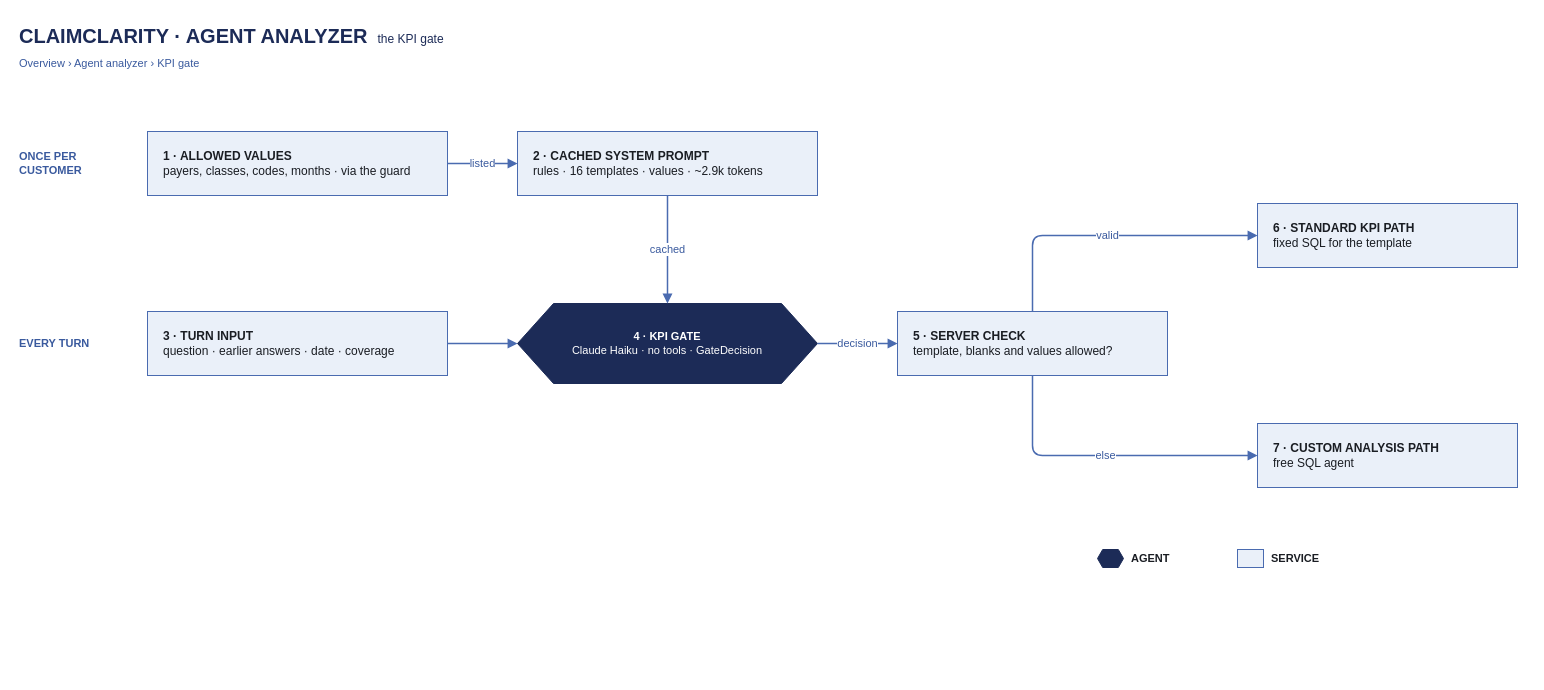
The draw.io diagram docs/architecture/src/41-kpi-gate.drawio in Peter-Shamoun/cc, before the edit. Source tidied: cells renumbered, new cells numbered last; positions are measured from the earlier drawing's top-left corner, leaving out a move shared by most shapes. Both pictures are drawn from the tidied source at 100%, with x=0, y=0 at pixel (17, 17).
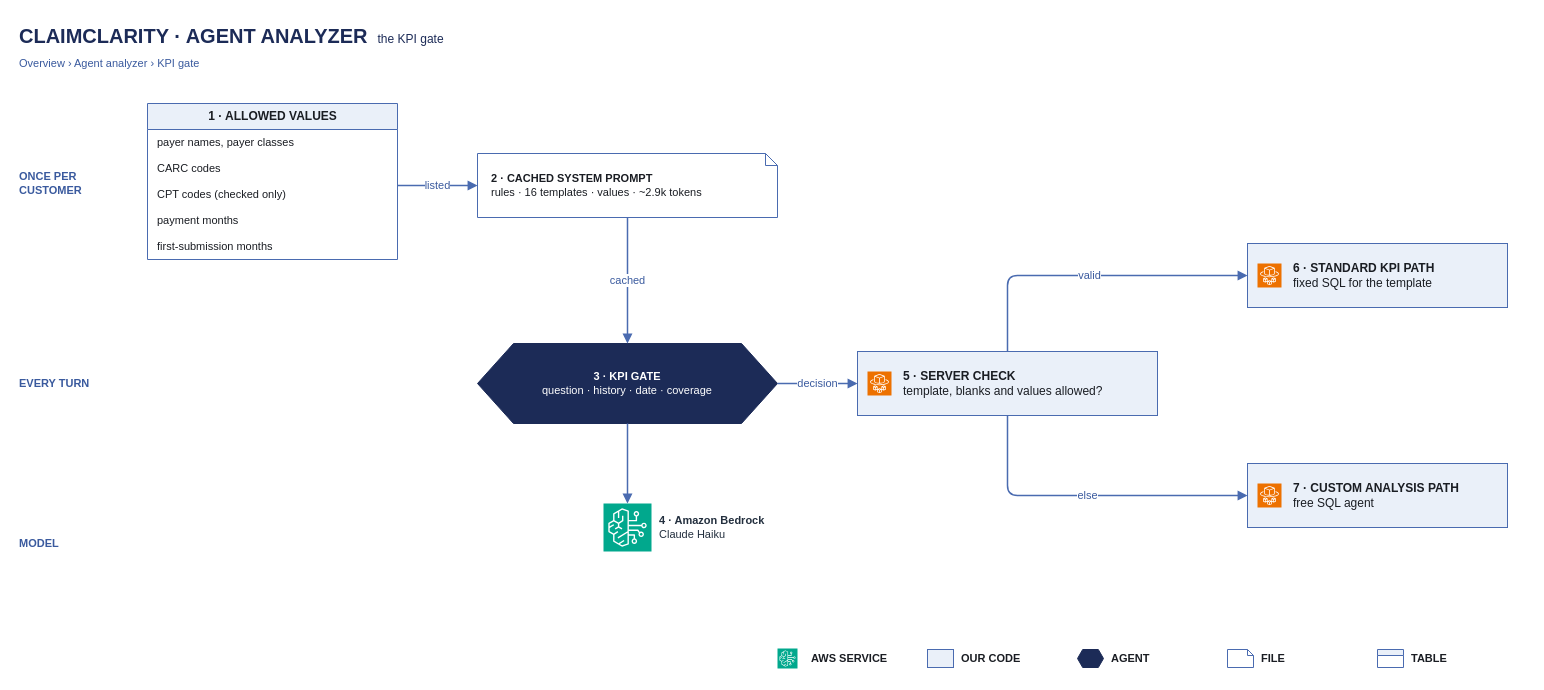
The same page after the edit.

Change to the diagram source:
```diff
@@
     <mxCell id="2" value="&lt;b style='font-size:20px'&gt;CLAIMCLARITY · AGENT ANALYZER&lt;/b&gt;&amp;nbsp;&amp;nbsp;&amp;nbsp;the KPI gate" style="text;html=1;align=left;verticalAlign=middle;fontSize=12;fontColor=#1C2B57;fontFamily=Helvetica;" parent="1" vertex="1">
-      <mxGeometry width="1200" height="36" as="geometry" />
+      <mxGeometry width="1300" height="36" as="geometry" />
     </mxCell>
@@
     <mxCell id="4" value="ONCE PER&lt;br&gt;CUSTOMER" style="text;html=1;align=left;verticalAlign=middle;fontSize=11;fontColor=#3A5A9E;fontStyle=1;fontFamily=Helvetica;" parent="1" vertex="1">
-      <mxGeometry y="126" width="110" height="40" as="geometry" />
+      <mxGeometry y="146" width="110" height="40" as="geometry" />
     </mxCell>
     <mxCell id="5" value="EVERY TURN" style="text;html=1;align=left;verticalAlign=middle;fontSize=11;fontColor=#3A5A9E;fontStyle=1;fontFamily=Helvetica;" parent="1" vertex="1">
-      <mxGeometry y="306" width="110" height="40" as="geometry" />
+      <mxGeometry y="346" width="110" height="40" as="geometry" />
     </mxCell>
-    <mxCell id="6" value="&lt;b&gt;1 · ALLOWED VALUES&lt;/b&gt;&lt;br&gt;payers, classes, codes, months · via the guard" style="rounded=0;whiteSpace=wrap;html=1;fillColor=#EAF0F9;strokeColor=#4A6BB0;fontColor=#1A1D23;align=left;spacingLeft=14;spacingRight=10;verticalAlign=middle;fontSize=12;fontFamily=Helvetica;" parent="1" vertex="1">
-      <mxGeometry x="130" y="114" width="300" height="64" as="geometry" />
-    </mxCell>
+    <mxCell id="24" value="MODEL" style="text;html=1;align=left;verticalAlign=middle;fontSize=11;fontColor=#3A5A9E;fontStyle=1;fontFamily=Helvetica;" parent="1" vertex="1">
+      <mxGeometry y="506" width="110" height="40" as="geometry" />
+    </mxCell>
+    <mxCell id="25" value="1 · ALLOWED VALUES" style="swimlane;fontStyle=1;horizontal=1;startSize=26;fillColor=#EAF0F9;strokeColor=#4A6BB0;html=1;fontSize=12;fontFamily=Helvetica;fontColor=#1A1D23;" parent="1" vertex="1">
+      <mxGeometry x="130" y="86" width="250" height="156" as="geometry" />
+    </mxCell>
+    <mxCell id="26" value="payer names, payer classes" style="text;strokeColor=none;fillColor=none;align=left;verticalAlign=middle;spacingLeft=8;html=1;fontSize=11;fontFamily=Helvetica;fontColor=#1A1D23;" parent="25" vertex="1">
+      <mxGeometry y="26" width="250" height="26" as="geometry" />
+    </mxCell>
+    <mxCell id="27" value="CARC codes" style="text;strokeColor=none;fillColor=none;align=left;verticalAlign=middle;spacingLeft=8;html=1;fontSize=11;fontFamily=Helvetica;fontColor=#1A1D23;" parent="25" vertex="1">
+      <mxGeometry y="52" width="250" height="26" as="geometry" />
+    </mxCell>
+    <mxCell id="28" value="CPT codes (checked only)" style="text;strokeColor=none;fillColor=none;align=left;verticalAlign=middle;spacingLeft=8;html=1;fontSize=11;fontFamily=Helvetica;fontColor=#1A1D23;" parent="25" vertex="1">
+      <mxGeometry y="78" width="250" height="26" as="geometry" />
+    </mxCell>
+    <mxCell id="29" value="payment months" style="text;strokeColor=none;fillColor=none;align=left;verticalAlign=middle;spacingLeft=8;html=1;fontSize=11;fontFamily=Helvetica;fontColor=#1A1D23;" parent="25" vertex="1">
+      <mxGeometry y="104" width="250" height="26" as="geometry" />
+    </mxCell>
+    <mxCell id="30" value="first-submission months" style="text;strokeColor=none;fillColor=none;align=left;verticalAlign=middle;spacingLeft=8;html=1;fontSize=11;fontFamily=Helvetica;fontColor=#1A1D23;" parent="25" vertex="1">
+      <mxGeometry y="130" width="250" height="26" as="geometry" />
+    </mxCell>
-    <mxCell id="7" value="&lt;b&gt;2 · CACHED SYSTEM PROMPT&lt;/b&gt;&lt;br&gt;rules · 16 templates · values · ~2.9k tokens" style="rounded=0;whiteSpace=wrap;html=1;fillColor=#EAF0F9;strokeColor=#4A6BB0;fontColor=#1A1D23;align=left;spacingLeft=14;spacingRight=10;verticalAlign=middle;fontSize=12;fontFamily=Helvetica;" parent="1" vertex="1">
-      <mxGeometry x="500" y="114" width="300" height="64" as="geometry" />
+    <mxCell id="7" value="&lt;b&gt;2 · CACHED SYSTEM PROMPT&lt;/b&gt;&lt;br&gt;rules · 16 templates · values · ~2.9k tokens" style="shape=note;size=12;whiteSpace=wrap;html=1;fillColor=#FFFFFF;strokeColor=#4A6BB0;fontSize=11;fontFamily=Helvetica;fontColor=#1A1D23;align=left;spacingLeft=12;spacingRight=14;" parent="1" vertex="1">
+      <mxGeometry x="460" y="136" width="300" height="64" as="geometry" />
     </mxCell>
-    <mxCell id="8" value="&lt;b&gt;3 · TURN INPUT&lt;/b&gt;&lt;br&gt;question · earlier answers · date · coverage" style="rounded=0;whiteSpace=wrap;html=1;fillColor=#EAF0F9;strokeColor=#4A6BB0;fontColor=#1A1D23;align=left;spacingLeft=14;spacingRight=10;verticalAlign=middle;fontSize=12;fontFamily=Helvetica;" parent="1" vertex="1">
-      <mxGeometry x="130" y="294" width="300" height="64" as="geometry" />
-    </mxCell>
-    <mxCell id="9" value="&lt;b&gt;4 · KPI GATE&lt;/b&gt;&lt;br&gt;Claude Haiku · no tools · GateDecision" style="shape=hexagon;perimeter=hexagonPerimeter2;size=0.12;whiteSpace=wrap;html=1;fillColor=#1C2B57;strokeColor=#1C2B57;fontColor=#FFFFFF;fontFamily=Helvetica;fontSize=11;" parent="1" vertex="1">
-      <mxGeometry x="500" y="286" width="300" height="80" as="geometry" />
+    <mxCell id="9" value="&lt;b&gt;3 · KPI GATE&lt;/b&gt;&lt;br&gt;question · history · date · coverage" style="shape=hexagon;perimeter=hexagonPerimeter2;size=0.12;whiteSpace=wrap;html=1;fillColor=#1C2B57;strokeColor=#1C2B57;fontColor=#FFFFFF;fontFamily=Helvetica;fontSize=11;" parent="1" vertex="1">
+      <mxGeometry x="460" y="326" width="300" height="80" as="geometry" />
     </mxCell>
+    <mxCell id="31" value="&lt;b&gt;4 · Amazon Bedrock&lt;/b&gt;&lt;br&gt;Claude Haiku" style="sketch=0;outlineConnect=0;fontColor=#232F3E;fillColor=#01A88D;strokeColor=#ffffff;dashed=0;labelPosition=right;verticalLabelPosition=middle;verticalAlign=middle;align=left;spacingLeft=6;html=1;fontSize=11;fontFamily=Helvetica;shape=mxgraph.aws4.resourceIcon;resIcon=mxgraph.aws4.bedrock;" parent="1" vertex="1">
+      <mxGeometry x="586" y="486" width="48" height="48" as="geometry" />
+    </mxCell>
-    <mxCell id="10" value="&lt;b&gt;5 · SERVER CHECK&lt;/b&gt;&lt;br&gt;template, blanks and values allowed?" style="rounded=0;whiteSpace=wrap;html=1;fillColor=#EAF0F9;strokeColor=#4A6BB0;fontColor=#1A1D23;align=left;spacingLeft=14;spacingRight=10;verticalAlign=middle;fontSize=12;fontFamily=Helvetica;" parent="1" vertex="1">
-      <mxGeometry x="880" y="294" width="270" height="64" as="geometry" />
+    <mxCell id="10" value="&lt;b&gt;5 · SERVER CHECK&lt;/b&gt;&lt;br&gt;template, blanks and values allowed?" style="rounded=0;whiteSpace=wrap;html=1;fillColor=#EAF0F9;strokeColor=#4A6BB0;fontColor=#1A1D23;align=left;spacingLeft=44;spacingRight=10;verticalAlign=middle;fontSize=12;fontFamily=Helvetica;" parent="1" vertex="1">
+      <mxGeometry x="840" y="334" width="300" height="64" as="geometry" />
     </mxCell>
+    <mxCell id="32" style="sketch=0;fontColor=#232F3E;fillColor=#ED7100;strokeColor=#ffffff;dashed=0;verticalLabelPosition=bottom;verticalAlign=top;align=center;html=1;fontSize=11;fontFamily=Helvetica;shape=mxgraph.aws4.resourceIcon;resIcon=mxgraph.aws4.fargate;" parent="10" vertex="1">
+      <mxGeometry x="10" y="20" width="24" height="24" as="geometry" />
+    </mxCell>
-    <mxCell id="11" value="&lt;b&gt;6 · STANDARD KPI PATH&lt;/b&gt;&lt;br&gt;fixed SQL for the template" style="rounded=0;whiteSpace=wrap;html=1;fillColor=#EAF0F9;strokeColor=#4A6BB0;fontColor=#1A1D23;align=left;spacingLeft=14;spacingRight=10;verticalAlign=middle;fontSize=12;fontFamily=Helvetica;" parent="1" vertex="1">
-      <mxGeometry x="1240" y="186" width="260" height="64" as="geometry" />
+    <mxCell id="11" value="&lt;b&gt;6 · STANDARD KPI PATH&lt;/b&gt;&lt;br&gt;fixed SQL for the template" style="rounded=0;whiteSpace=wrap;html=1;fillColor=#EAF0F9;strokeColor=#4A6BB0;fontColor=#1A1D23;align=left;spacingLeft=44;spacingRight=10;verticalAlign=middle;fontSize=12;fontFamily=Helvetica;" parent="1" vertex="1">
+      <mxGeometry x="1230" y="226" width="260" height="64" as="geometry" />
     </mxCell>
+    <mxCell id="33" style="sketch=0;fontColor=#232F3E;fillColor=#ED7100;strokeColor=#ffffff;dashed=0;verticalLabelPosition=bottom;verticalAlign=top;align=center;html=1;fontSize=11;fontFamily=Helvetica;shape=mxgraph.aws4.resourceIcon;resIcon=mxgraph.aws4.fargate;" parent="11" vertex="1">
+      <mxGeometry x="10" y="20" width="24" height="24" as="geometry" />
+    </mxCell>
-    <mxCell id="12" value="&lt;b&gt;7 · CUSTOM ANALYSIS PATH&lt;/b&gt;&lt;br&gt;free SQL agent" style="rounded=0;whiteSpace=wrap;html=1;fillColor=#EAF0F9;strokeColor=#4A6BB0;fontColor=#1A1D23;align=left;spacingLeft=14;spacingRight=10;verticalAlign=middle;fontSize=12;fontFamily=Helvetica;" parent="1" vertex="1">
-      <mxGeometry x="1240" y="406" width="260" height="64" as="geometry" />
+    <mxCell id="12" value="&lt;b&gt;7 · CUSTOM ANALYSIS PATH&lt;/b&gt;&lt;br&gt;free SQL agent" style="rounded=0;whiteSpace=wrap;html=1;fillColor=#EAF0F9;strokeColor=#4A6BB0;fontColor=#1A1D23;align=left;spacingLeft=44;spacingRight=10;verticalAlign=middle;fontSize=12;fontFamily=Helvetica;" parent="1" vertex="1">
+      <mxGeometry x="1230" y="446" width="260" height="64" as="geometry" />
     </mxCell>
+    <mxCell id="34" style="sketch=0;fontColor=#232F3E;fillColor=#ED7100;strokeColor=#ffffff;dashed=0;verticalLabelPosition=bottom;verticalAlign=top;align=center;html=1;fontSize=11;fontFamily=Helvetica;shape=mxgraph.aws4.resourceIcon;resIcon=mxgraph.aws4.fargate;" parent="12" vertex="1">
+      <mxGeometry x="10" y="20" width="24" height="24" as="geometry" />
+    </mxCell>
-    <mxCell id="13" value="listed" style="edgeStyle=orthogonalEdgeStyle;rounded=1;jettySize=auto;html=1;strokeColor=#4A6BB0;strokeWidth=1.5;endArrow=block;endFill=1;endSize=6;fontSize=11;fontColor=#3A5A9E;labelBackgroundColor=#FFFFFF;fontFamily=Helvetica;exitX=1;exitY=0.5;exitDx=0;exitDy=0;entryX=0;entryY=0.5;entryDx=0;entryDy=0;" parent="1" edge="1" source="6" target="7">
+    <mxCell id="13" value="listed" style="edgeStyle=orthogonalEdgeStyle;rounded=1;jettySize=auto;html=1;strokeColor=#4A6BB0;strokeWidth=1.5;endArrow=block;endFill=1;endSize=6;fontSize=11;fontColor=#3A5A9E;labelBackgroundColor=#FFFFFF;fontFamily=Helvetica;exitX=1;exitY=0.526;exitDx=0;exitDy=0;entryX=0;entryY=0.5;entryDx=0;entryDy=0;" parent="1" edge="1" source="25" target="7">
       <mxGeometry relative="1" as="geometry" />
     </mxCell>
@@
-    <mxCell id="15" style="edgeStyle=orthogonalEdgeStyle;rounded=1;jettySize=auto;html=1;strokeColor=#4A6BB0;strokeWidth=1.5;endArrow=block;endFill=1;endSize=6;fontSize=11;fontColor=#3A5A9E;labelBackgroundColor=#FFFFFF;fontFamily=Helvetica;exitX=1;exitY=0.5;exitDx=0;exitDy=0;entryX=0;entryY=0.5;entryDx=0;entryDy=0;" parent="1" edge="1" source="8" target="9">
-      <mxGeometry relative="1" as="geometry" />
-    </mxCell>
+    <mxCell id="35" style="edgeStyle=orthogonalEdgeStyle;rounded=1;jettySize=auto;html=1;strokeColor=#4A6BB0;strokeWidth=1.5;endArrow=block;endFill=1;endSize=6;fontSize=11;fontColor=#3A5A9E;labelBackgroundColor=#FFFFFF;fontFamily=Helvetica;exitX=0.5;exitY=1;exitDx=0;exitDy=0;entryX=0.5;entryY=0;entryDx=0;entryDy=0;" parent="1" edge="1" source="9" target="31">
+      <mxGeometry relative="1" as="geometry" />
+    </mxCell>
@@
     <mxCell id="17" value="valid" style="edgeStyle=orthogonalEdgeStyle;rounded=1;jettySize=auto;html=1;strokeColor=#4A6BB0;strokeWidth=1.5;endArrow=block;endFill=1;endSize=6;fontSize=11;fontColor=#3A5A9E;labelBackgroundColor=#FFFFFF;fontFamily=Helvetica;exitX=0.5;exitY=0;exitDx=0;exitDy=0;entryX=0;entryY=0.5;entryDx=0;entryDy=0;" parent="1" edge="1" source="10" target="11">
       <mxGeometry relative="1" as="geometry">
         <Array as="points">
-          <mxPoint x="1015" y="218" />
+          <mxPoint x="990" y="258" />
         </Array>
       </mxGeometry>
     </mxCell>
     <mxCell id="18" value="else" style="edgeStyle=orthogonalEdgeStyle;rounded=1;jettySize=auto;html=1;strokeColor=#4A6BB0;strokeWidth=1.5;endArrow=block;endFill=1;endSize=6;fontSize=11;fontColor=#3A5A9E;labelBackgroundColor=#FFFFFF;fontFamily=Helvetica;exitX=0.5;exitY=1;exitDx=0;exitDy=0;entryX=0;entryY=0.5;entryDx=0;entryDy=0;" parent="1" edge="1" source="10" target="12">
       <mxGeometry relative="1" as="geometry">
         <Array as="points">
-          <mxPoint x="1015" y="438" />
+          <mxPoint x="990" y="478" />
         </Array>
       </mxGeometry>
     </mxCell>
     <mxCell id="19" style="rounded=0;html=1;fillColor=none;strokeColor=none;" parent="1" vertex="1">
-      <mxGeometry x="1080" y="526" width="280" height="30" as="geometry" />
+      <mxGeometry x="760" y="626" width="750" height="30" as="geometry" />
     </mxCell>
-    <mxCell id="20" style="shape=hexagon;perimeter=hexagonPerimeter2;size=0.2;fillColor=#1C2B57;strokeColor=#1C2B57;html=1;" parent="19" vertex="1">
-      <mxGeometry y="6" width="26" height="18" as="geometry" />
+    <mxCell id="20" style="sketch=0;fontColor=#232F3E;fillColor=#01A88D;strokeColor=#ffffff;dashed=0;verticalLabelPosition=bottom;verticalAlign=top;align=center;html=1;fontSize=11;fontFamily=Helvetica;shape=mxgraph.aws4.resourceIcon;resIcon=mxgraph.aws4.bedrock;" parent="19" vertex="1">
+      <mxGeometry y="5" width="20" height="20" as="geometry" />
     </mxCell>
-    <mxCell id="21" value="AGENT" style="text;html=1;align=left;verticalAlign=middle;fontSize=11;fontColor=#1A1D23;fontStyle=1;fontFamily=Helvetica;" parent="19" vertex="1">
-      <mxGeometry x="32" y="4" width="105" height="22" as="geometry" />
+    <mxCell id="21" value="AWS SERVICE" style="text;html=1;align=left;verticalAlign=middle;fontSize=11;fontColor=#1A1D23;fontStyle=1;fontFamily=Helvetica;" parent="19" vertex="1">
+      <mxGeometry x="32" y="4" width="115" height="22" as="geometry" />
     </mxCell>
     <mxCell id="22" style="fillColor=#EAF0F9;strokeColor=#4A6BB0;html=1;" parent="19" vertex="1">
-      <mxGeometry x="140" y="6" width="26" height="18" as="geometry" />
+      <mxGeometry x="150" y="6" width="26" height="18" as="geometry" />
     </mxCell>
-    <mxCell id="23" value="SERVICE" style="text;html=1;align=left;verticalAlign=middle;fontSize=11;fontColor=#1A1D23;fontStyle=1;fontFamily=Helvetica;" parent="19" vertex="1">
-      <mxGeometry x="172" y="4" width="105" height="22" as="geometry" />
+    <mxCell id="23" value="OUR CODE" style="text;html=1;align=left;verticalAlign=middle;fontSize=11;fontColor=#1A1D23;fontStyle=1;fontFamily=Helvetica;" parent="19" vertex="1">
+      <mxGeometry x="182" y="4" width="115" height="22" as="geometry" />
     </mxCell>
+    <mxCell id="36" style="shape=hexagon;perimeter=hexagonPerimeter2;size=0.2;fillColor=#1C2B57;strokeColor=#1C2B57;html=1;" parent="19" vertex="1">
+      <mxGeometry x="300" y="6" width="26" height="18" as="geometry" />
+    </mxCell>
+    <mxCell id="37" value="AGENT" style="text;html=1;align=left;verticalAlign=middle;fontSize=11;fontColor=#1A1D23;fontStyle=1;fontFamily=Helvetica;" parent="19" vertex="1">
+      <mxGeometry x="332" y="4" width="115" height="22" as="geometry" />
+    </mxCell>
+    <mxCell id="38" style="shape=note;size=6;html=1;fillColor=#FFFFFF;strokeColor=#4A6BB0;" parent="19" vertex="1">
+      <mxGeometry x="450" y="6" width="26" height="18" as="geometry" />
+    </mxCell>
+    <mxCell id="39" value="FILE" style="text;html=1;align=left;verticalAlign=middle;fontSize=11;fontColor=#1A1D23;fontStyle=1;fontFamily=Helvetica;" parent="19" vertex="1">
+      <mxGeometry x="482" y="4" width="115" height="22" as="geometry" />
+    </mxCell>
+    <mxCell id="40" style="swimlane;startSize=6;fillColor=#EAF0F9;strokeColor=#4A6BB0;html=1;" parent="19" vertex="1">
+      <mxGeometry x="600" y="6" width="26" height="18" as="geometry" />
+    </mxCell>
+    <mxCell id="41" value="TABLE" style="text;html=1;align=left;verticalAlign=middle;fontSize=11;fontColor=#1A1D23;fontStyle=1;fontFamily=Helvetica;" parent="19" vertex="1">
+      <mxGeometry x="632" y="4" width="115" height="22" as="geometry" />
+    </mxCell>
```
